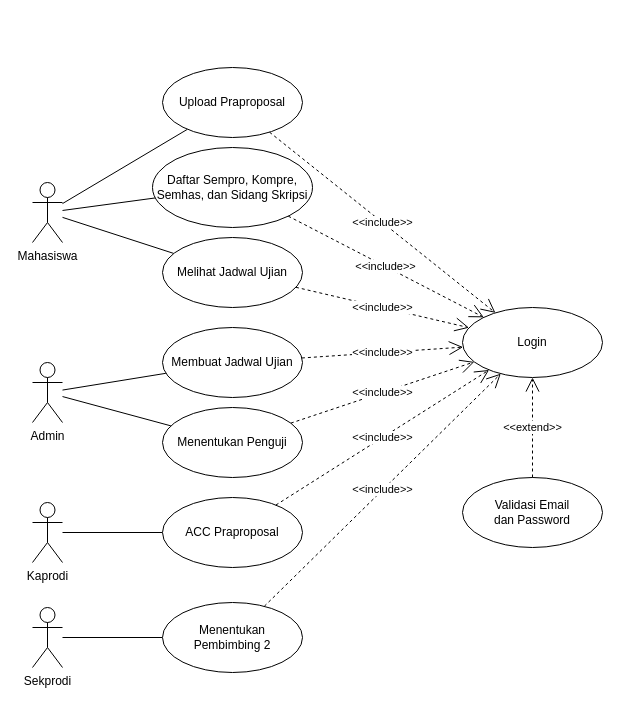
humamafif/mydrawio keeps this draw.io diagram as usecase.drawio. Above is the earlier version. Source tidied: cells renumbered, new cells numbered last; positions are measured from the earlier drawing's top-left corner, leaving out a move shared by most shapes. Both pictures are drawn from the tidied source at 100%, with x=0, y=0 at pixel (32, 67).
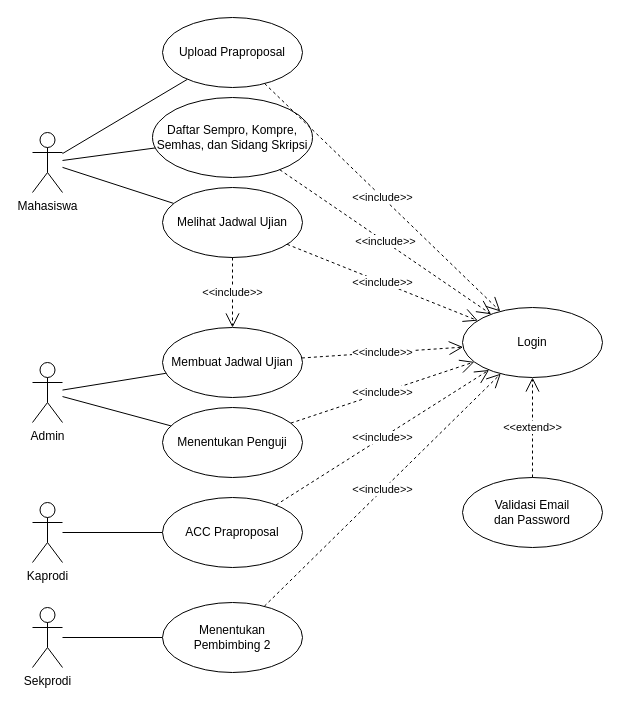
After the change.

The change refers to these unchanged cells:
```xml
<mxCell id="13" value="Membuat Jadwal Ujian" style="ellipse;whiteSpace=wrap;html=1;" parent="1" vertex="1">
  <mxGeometry x="130" y="260" width="140" height="70" as="geometry" />
</mxCell>
```

What changed in the source:
```diff
@@
     <mxCell id="2" value="Mahasiswa" style="shape=umlActor;verticalLabelPosition=bottom;verticalAlign=top;html=1;outlineConnect=0;" parent="1" vertex="1">
-      <mxGeometry y="115" width="30" height="60" as="geometry" />
+      <mxGeometry y="65" width="30" height="60" as="geometry" />
     </mxCell>
@@
     <mxCell id="9" value="Upload Praproposal" style="ellipse;whiteSpace=wrap;html=1;" parent="1" vertex="1">
-      <mxGeometry x="130" width="140" height="70" as="geometry" />
+      <mxGeometry x="130" y="-50" width="140" height="70" as="geometry" />
     </mxCell>
     <mxCell id="10" value="Melihat Jadwal Ujian" style="ellipse;whiteSpace=wrap;html=1;" parent="1" vertex="1">
-      <mxGeometry x="130" y="170" width="140" height="70" as="geometry" />
+      <mxGeometry x="130" y="120" width="140" height="70" as="geometry" />
     </mxCell>
     <mxCell id="11" value="Daftar Sempro, Kompre, Semhas, dan Sidang Skripsi" style="ellipse;whiteSpace=wrap;html=1;" parent="1" vertex="1">
-      <mxGeometry x="120" y="80" width="160" height="80" as="geometry" />
+      <mxGeometry x="120" y="30" width="160" height="80" as="geometry" />
     </mxCell>
@@
+    <mxCell id="30" value="&amp;lt;&amp;lt;include&amp;gt;&amp;gt;" style="endArrow=open;endSize=12;dashed=1;html=1;rounded=0;" parent="1" edge="1" source="10" target="13">
+      <mxGeometry relative="1" as="geometry" />
+    </mxCell>
```
